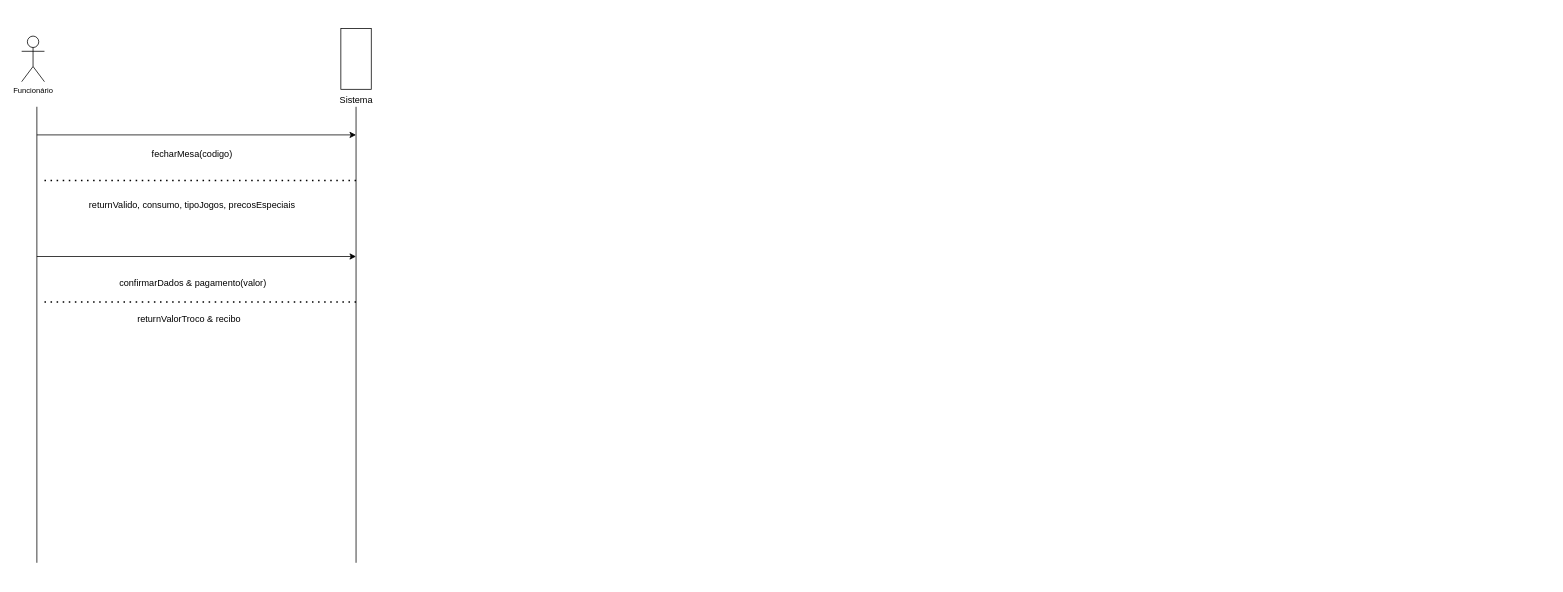
This is ssd9.drawio from luccamarshall/DCO, a draw.io file, before an edit. Source tidied: cells renumbered, new cells numbered last; positions are measured from the earlier drawing's top-left corner, leaving out a move shared by most shapes. Both pictures are drawn from the tidied source at 76%, with x=0, y=0 at pixel (21, 36).
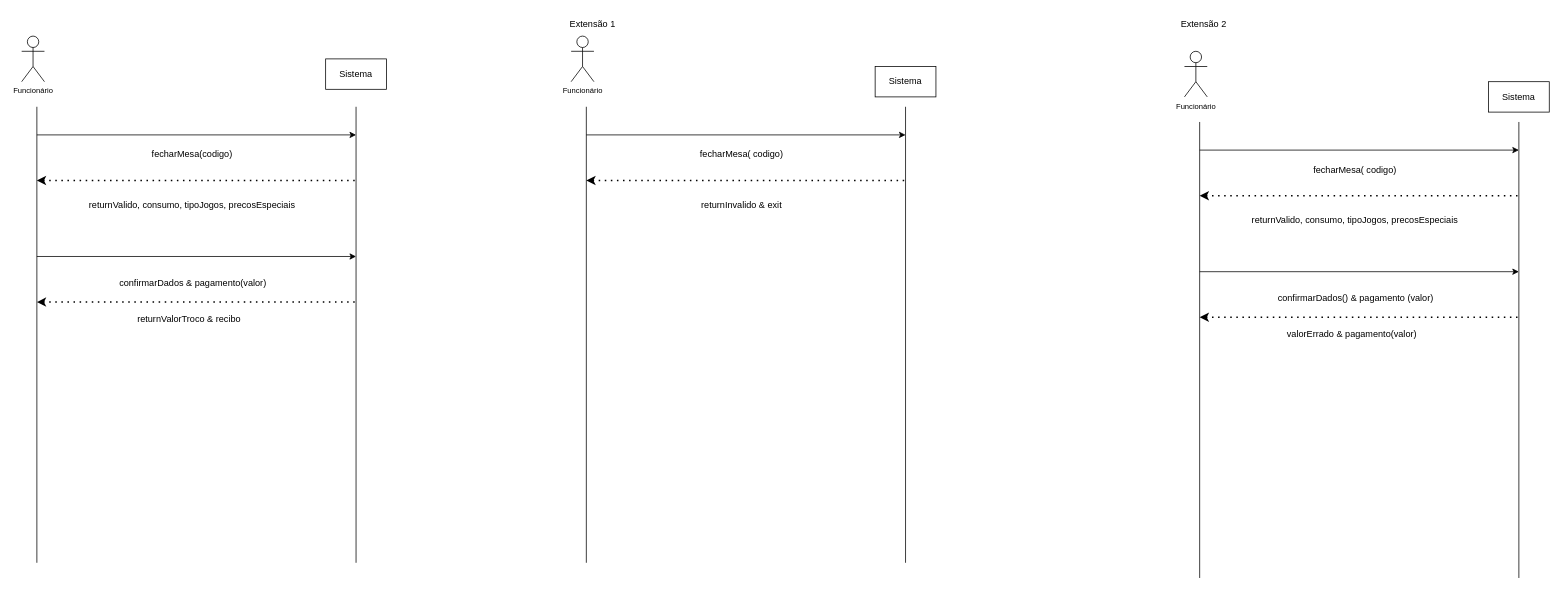
Above is the later version.

Diff of the diagram source:
```diff
@@
-    <mxCell id="7" style="rounded=0;whiteSpace=wrap;html=1;rotation=90;" parent="1" vertex="1">
-      <mxGeometry x="400" y="10" width="80" height="40" as="geometry" />
-    </mxCell>
-    <mxCell id="8" value="Sistema&lt;br&gt;" style="text;html=1;align=center;verticalAlign=middle;strokeColor=none;fillColor=none;" parent="1" vertex="1">
-      <mxGeometry x="405" y="70" width="70" height="30" as="geometry" />
-    </mxCell>
-    <mxCell id="9" style="endArrow=none;dashed=1;html=1;dashPattern=1 3;strokeWidth=2;rounded=0;" parent="1" edge="1">
+    <mxCell id="9" style="endArrow=none;dashed=1;html=1;dashPattern=1 3;strokeWidth=2;rounded=0;startArrow=classic;startFill=1;" parent="1" edge="1">
       <mxGeometry relative="1" as="geometry">
-        <mxPoint x="30" y="190" as="sourcePoint" />
+        <mxPoint x="20" y="190" as="sourcePoint" />
         <mxPoint x="440" y="190" as="targetPoint" />
       </mxGeometry>
     </mxCell>
@@
-    <mxCell id="13" style="endArrow=none;dashed=1;html=1;dashPattern=1 3;strokeWidth=2;rounded=0;" parent="1" edge="1">
+    <mxCell id="13" style="endArrow=none;dashed=1;html=1;dashPattern=1 3;strokeWidth=2;rounded=0;startArrow=classic;startFill=1;" parent="1" edge="1">
       <mxGeometry relative="1" as="geometry">
-        <mxPoint x="30" y="350" as="sourcePoint" />
+        <mxPoint x="20" y="350" as="sourcePoint" />
         <mxPoint x="440" y="350" as="targetPoint" />
       </mxGeometry>
     </mxCell>
@@
+    <mxCell id="15" value="Sistema" style="rounded=0;whiteSpace=wrap;html=1;" parent="1" vertex="1">
+      <mxGeometry x="400" y="30" width="80" height="40" as="geometry" />
+    </mxCell>
+    <mxCell id="16" value="&lt;sup&gt;Funcionário&lt;/sup&gt;" style="shape=umlActor;verticalLabelPosition=bottom;verticalAlign=top;html=1;" parent="1" vertex="1">
+      <mxGeometry x="723" width="30" height="60" as="geometry" />
+    </mxCell>
+    <mxCell id="17" style="endArrow=none;html=1;rounded=0;" parent="1" edge="1">
+      <mxGeometry relative="1" as="geometry">
+        <mxPoint x="743" y="693" as="sourcePoint" />
+        <mxPoint x="743" y="93" as="targetPoint" />
+      </mxGeometry>
+    </mxCell>
+    <mxCell id="18" style="endArrow=classic;html=1;rounded=0;" parent="1" edge="1">
+      <mxGeometry relative="1" as="geometry">
+        <mxPoint x="743" y="130" as="sourcePoint" />
+        <mxPoint x="1163" y="130" as="targetPoint" />
+      </mxGeometry>
+    </mxCell>
+    <mxCell id="19" value="fecharMesa( codigo)" style="text;html=1;align=center;verticalAlign=middle;strokeColor=none;fillColor=none;" parent="1" vertex="1">
+      <mxGeometry x="882" y="141" width="130" height="30" as="geometry" />
+    </mxCell>
+    <mxCell id="20" style="endArrow=none;html=1;rounded=0;" parent="1" edge="1">
+      <mxGeometry relative="1" as="geometry">
+        <mxPoint x="1163" y="693" as="sourcePoint" />
+        <mxPoint x="1163" y="93" as="targetPoint" />
+      </mxGeometry>
+    </mxCell>
+    <mxCell id="21" style="endArrow=none;dashed=1;html=1;dashPattern=1 3;strokeWidth=2;rounded=0;startArrow=classic;startFill=1;" parent="1" edge="1">
+      <mxGeometry relative="1" as="geometry">
+        <mxPoint x="743" y="190" as="sourcePoint" />
+        <mxPoint x="1163" y="190" as="targetPoint" />
+      </mxGeometry>
+    </mxCell>
+    <mxCell id="22" value="returnInvalido &amp;amp; exit" style="text;html=1;align=center;verticalAlign=middle;strokeColor=none;fillColor=none;" parent="1" vertex="1">
+      <mxGeometry x="882" y="208" width="130" height="30" as="geometry" />
+    </mxCell>
+    <mxCell id="23" value="Sistema" style="rounded=0;whiteSpace=wrap;html=1;" parent="1" vertex="1">
+      <mxGeometry x="1123" y="40" width="80" height="40" as="geometry" />
+    </mxCell>
+    <mxCell id="24" value="Extensão 1" style="text;html=1;strokeColor=none;fillColor=none;align=center;verticalAlign=middle;whiteSpace=wrap;rounded=0;" parent="1" vertex="1">
+      <mxGeometry x="710" y="-30" width="83" height="30" as="geometry" />
+    </mxCell>
+    <mxCell id="25" value="&lt;sup&gt;Funcionário&lt;/sup&gt;" style="shape=umlActor;verticalLabelPosition=bottom;verticalAlign=top;html=1;" parent="1" vertex="1">
+      <mxGeometry x="1530" y="20" width="30" height="60" as="geometry" />
+    </mxCell>
+    <mxCell id="26" style="endArrow=none;html=1;rounded=0;" parent="1" edge="1">
+      <mxGeometry relative="1" as="geometry">
+        <mxPoint x="1550" y="713" as="sourcePoint" />
+        <mxPoint x="1550" y="113" as="targetPoint" />
+      </mxGeometry>
+    </mxCell>
+    <mxCell id="27" style="endArrow=classic;html=1;rounded=0;" parent="1" edge="1">
+      <mxGeometry relative="1" as="geometry">
+        <mxPoint x="1550" y="150" as="sourcePoint" />
+        <mxPoint x="1970" y="150" as="targetPoint" />
+      </mxGeometry>
+    </mxCell>
+    <mxCell id="28" value="fecharMesa( codigo)" style="text;html=1;align=center;verticalAlign=middle;strokeColor=none;fillColor=none;" parent="1" vertex="1">
+      <mxGeometry x="1689" y="161" width="130" height="30" as="geometry" />
+    </mxCell>
+    <mxCell id="29" style="endArrow=none;html=1;rounded=0;" parent="1" edge="1">
+      <mxGeometry relative="1" as="geometry">
+        <mxPoint x="1970" y="713" as="sourcePoint" />
+        <mxPoint x="1970" y="113" as="targetPoint" />
+      </mxGeometry>
+    </mxCell>
+    <mxCell id="30" style="endArrow=none;dashed=1;html=1;dashPattern=1 3;strokeWidth=2;rounded=0;startArrow=classic;startFill=1;" parent="1" edge="1">
+      <mxGeometry relative="1" as="geometry">
+        <mxPoint x="1550" y="210" as="sourcePoint" />
+        <mxPoint x="1970" y="210" as="targetPoint" />
+      </mxGeometry>
+    </mxCell>
+    <mxCell id="31" value="returnValido, consumo, tipoJogos, precosEspeciais" style="text;html=1;align=center;verticalAlign=middle;strokeColor=none;fillColor=none;" parent="1" vertex="1">
+      <mxGeometry x="1609" y="228" width="290" height="30" as="geometry" />
+    </mxCell>
+    <mxCell id="32" style="endArrow=classic;html=1;rounded=0;" parent="1" edge="1">
+      <mxGeometry relative="1" as="geometry">
+        <mxPoint x="1550" y="310" as="sourcePoint" />
+        <mxPoint x="1970" y="310" as="targetPoint" />
+      </mxGeometry>
+    </mxCell>
+    <mxCell id="33" value="confirmarDados() &amp;amp; pagamento (valor)" style="text;html=1;align=center;verticalAlign=middle;strokeColor=none;fillColor=none;" parent="1" vertex="1">
+      <mxGeometry x="1640" y="330" width="230" height="30" as="geometry" />
+    </mxCell>
+    <mxCell id="34" style="endArrow=none;dashed=1;html=1;dashPattern=1 3;strokeWidth=2;rounded=0;startArrow=classic;startFill=1;" parent="1" edge="1">
+      <mxGeometry relative="1" as="geometry">
+        <mxPoint x="1550" y="370" as="sourcePoint" />
+        <mxPoint x="1970" y="370" as="targetPoint" />
+      </mxGeometry>
+    </mxCell>
+    <mxCell id="35" value="valorErrado &amp;amp; pagamento(valor)" style="text;html=1;align=center;verticalAlign=middle;strokeColor=none;fillColor=none;" parent="1" vertex="1">
+      <mxGeometry x="1655" y="378" width="190" height="30" as="geometry" />
+    </mxCell>
+    <mxCell id="36" value="Sistema" style="rounded=0;whiteSpace=wrap;html=1;" parent="1" vertex="1">
+      <mxGeometry x="1930" y="60" width="80" height="40" as="geometry" />
+    </mxCell>
+    <mxCell id="37" value="Extensão 2" style="text;html=1;strokeColor=none;fillColor=none;align=center;verticalAlign=middle;whiteSpace=wrap;rounded=0;" parent="1" vertex="1">
+      <mxGeometry x="1514" y="-30" width="83" height="30" as="geometry" />
+    </mxCell>
```
